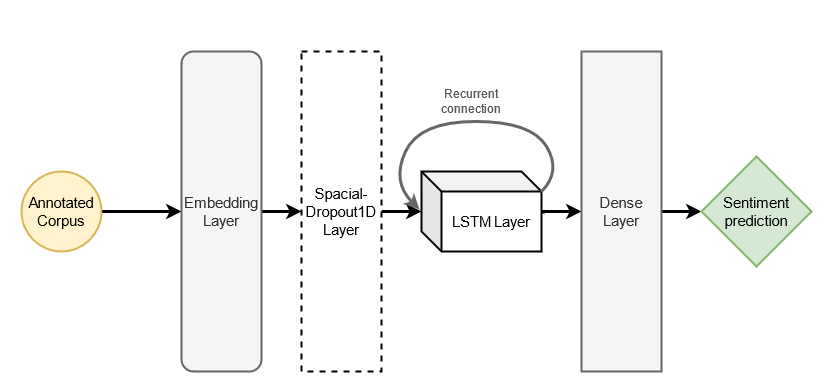
Above: PNG/LSTM_NLP_Model.png in Poopaye-96/Visual_Content (draw.io), before the change. Source tidied: cells renumbered, new cells last; positions are measured from the earlier drawing's top-left corner, leaving out a move shared by most shapes.
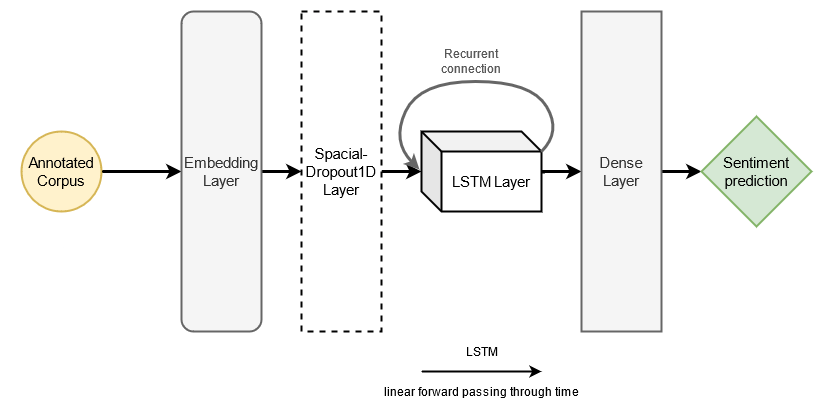
After the commit.

What changed in the source:
```diff
@@ -54,7 +54,19 @@
       <mxGeometry x="450" y="90" width="40" height="20" as="geometry" />
     </mxCell>
     <mxCell id="15" style="rounded=0;whiteSpace=wrap;html=1;dashed=1;strokeWidth=2;fillColor=none;strokeColor=none;" parent="1" vertex="1">
-      <mxGeometry width="830" height="390" as="geometry" />
+      <mxGeometry y="40" width="830" height="410" as="geometry" />
     </mxCell>
+    <mxCell id="16" style="endArrow=classic;html=1;strokeWidth=2;" parent="1" edge="1">
+      <mxGeometry relative="1" as="geometry">
+        <mxPoint x="420" y="410" as="sourcePoint" />
+        <mxPoint x="540" y="410" as="targetPoint" />
+      </mxGeometry>
+    </mxCell>
+    <mxCell id="17" value="linear forward passing through time" style="text;html=1;align=center;verticalAlign=middle;strokeColor=none;" parent="1" vertex="1">
+      <mxGeometry x="375" y="420" width="210" height="20" as="geometry" />
+    </mxCell>
+    <mxCell id="18" value="LSTM" style="text;html=1;align=center;verticalAlign=middle;strokeColor=none;" parent="1" vertex="1">
+      <mxGeometry x="455" y="380" width="50" height="20" as="geometry" />
+    </mxCell>
   </root>
 </mxGraphModel>
```
